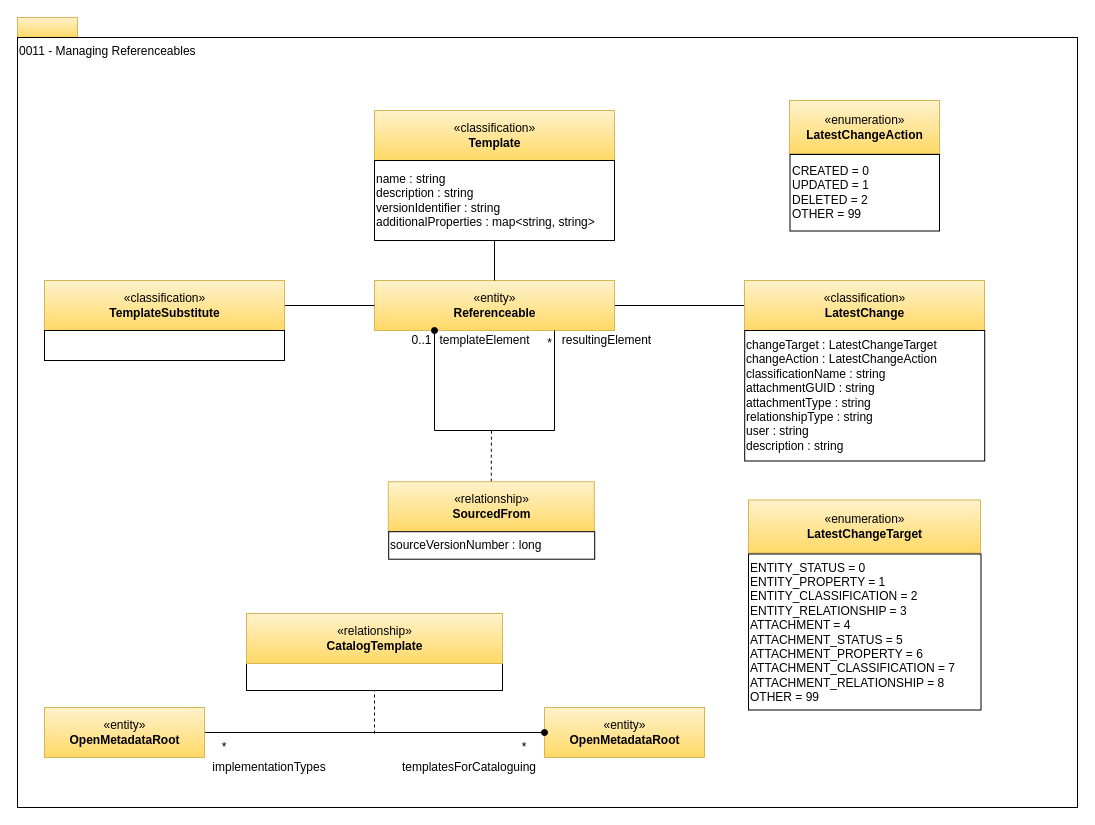
odpi/egeria-docs keeps this draw.io diagram as page "0011-Managing-Referenceables" (4 of 31) of site/docs/types/0/area-0-basic-types-and-infrastructure.drawio. Above is the earlier version. Source tidied: cells renumbered, new cells numbered last; positions are measured from the earlier drawing's top-left corner, leaving out a move shared by most shapes. Both pictures are drawn from the tidied source at 100%, with x=0, y=0 at pixel (17, 17).
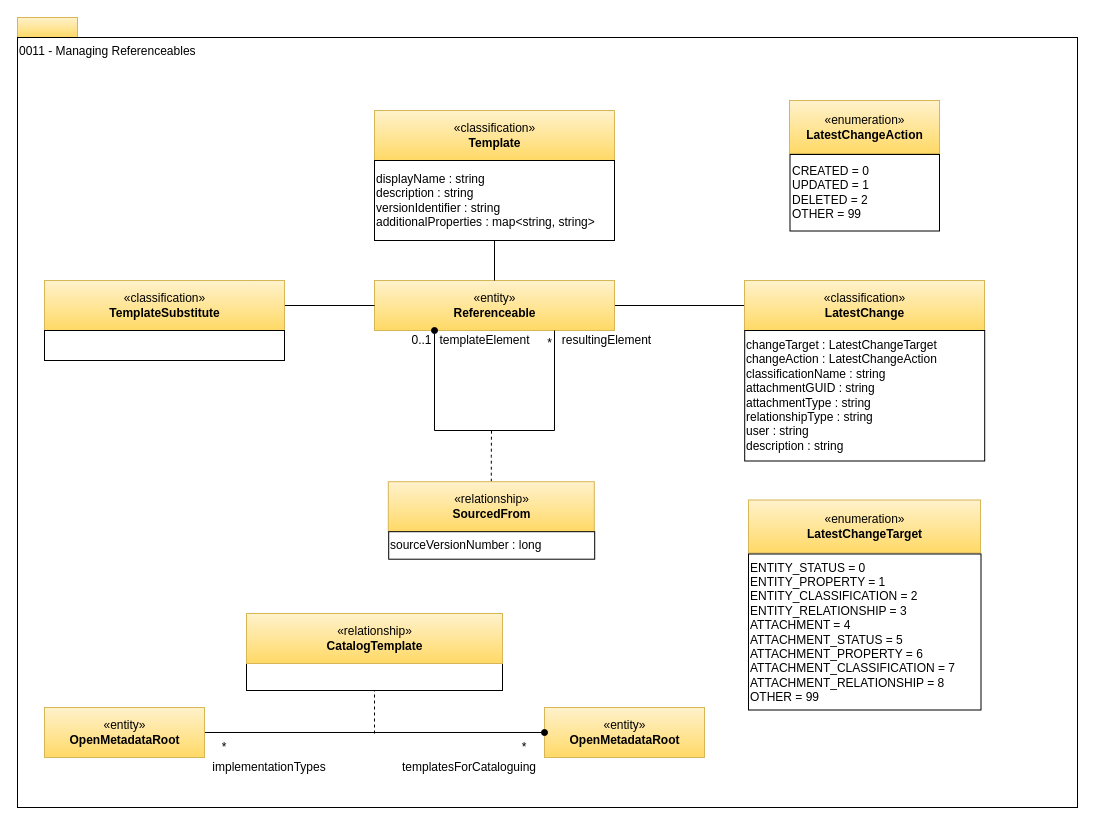
Above is the later version.

The edit, as a diff of the source:
```diff
@@
-    <mxCell id="21" value="name : string&lt;br&gt;description : string&lt;br&gt;versionIdentifier : string&lt;br&gt;additionalProperties : map&amp;lt;string, string&amp;gt;&lt;br&gt;&lt;div style=&quot;text-align: left&quot;&gt;&lt;/div&gt;" style="rounded=0;whiteSpace=wrap;html=1;strokeColor=#000000;gradientColor=#ffffff;align=left;" parent="1" vertex="1">
+    <mxCell id="21" value="displayName : string&lt;br&gt;description : string&lt;br&gt;versionIdentifier : string&lt;br&gt;additionalProperties : map&amp;lt;string, string&amp;gt;&lt;br&gt;&lt;div style=&quot;text-align: left&quot;&gt;&lt;/div&gt;" style="rounded=0;whiteSpace=wrap;html=1;strokeColor=#000000;gradientColor=#ffffff;align=left;" parent="1" vertex="1">
       <mxGeometry x="357" y="143" width="240" height="80" as="geometry" />
     </mxCell>
```
